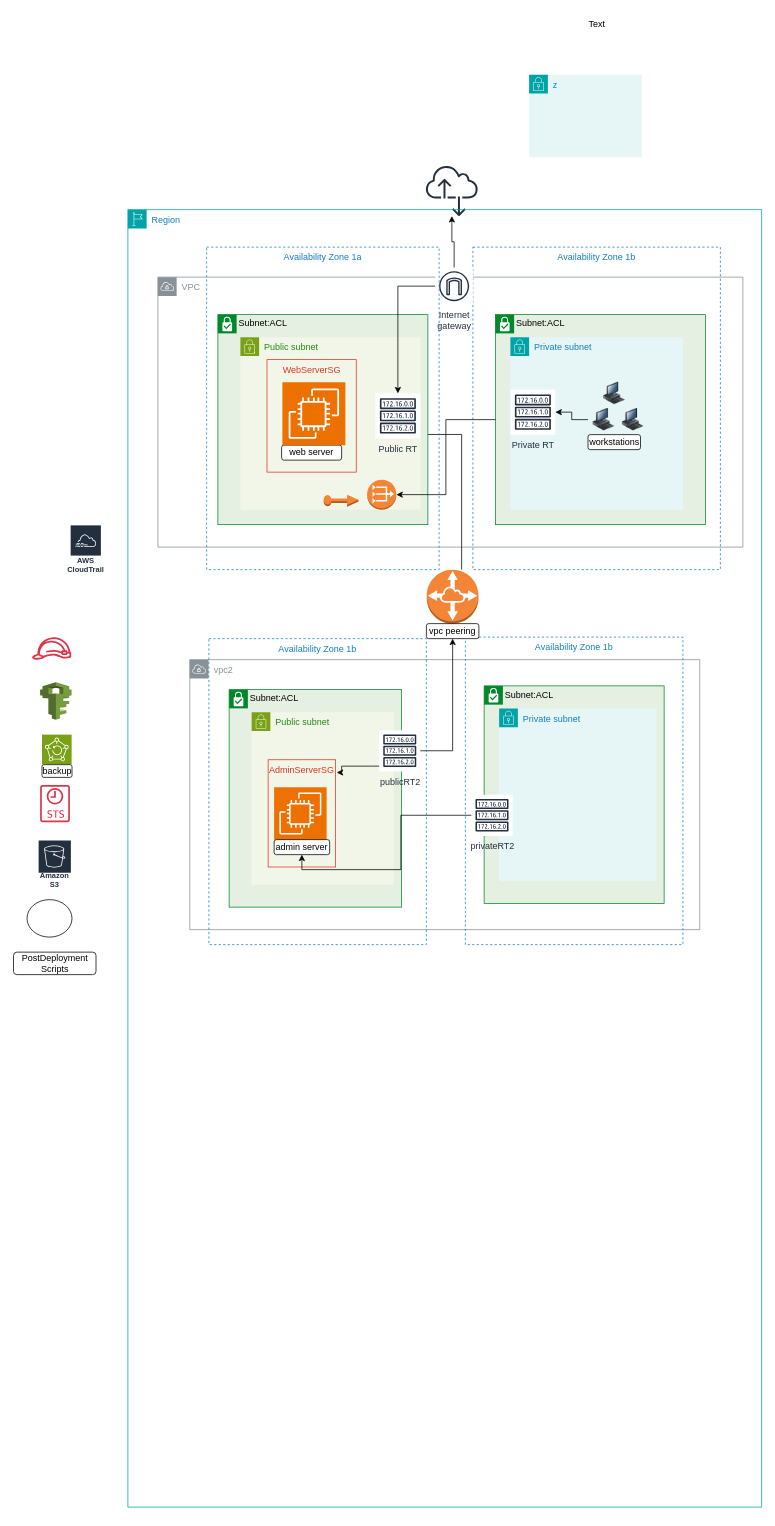
Earlier version of the draw.io diagram 10_Final_Project/diagram_v1.0/FinalProject-v1.0.drawio (techgrounds/techgrounds-FvL69-1). Source tidied: cells renumbered, new cells numbered last; positions are measured from the earlier drawing's top-left corner, leaving out a move shared by most shapes. Both pictures are drawn from the tidied source at 75%, with x=0, y=0 at pixel (13, 13).
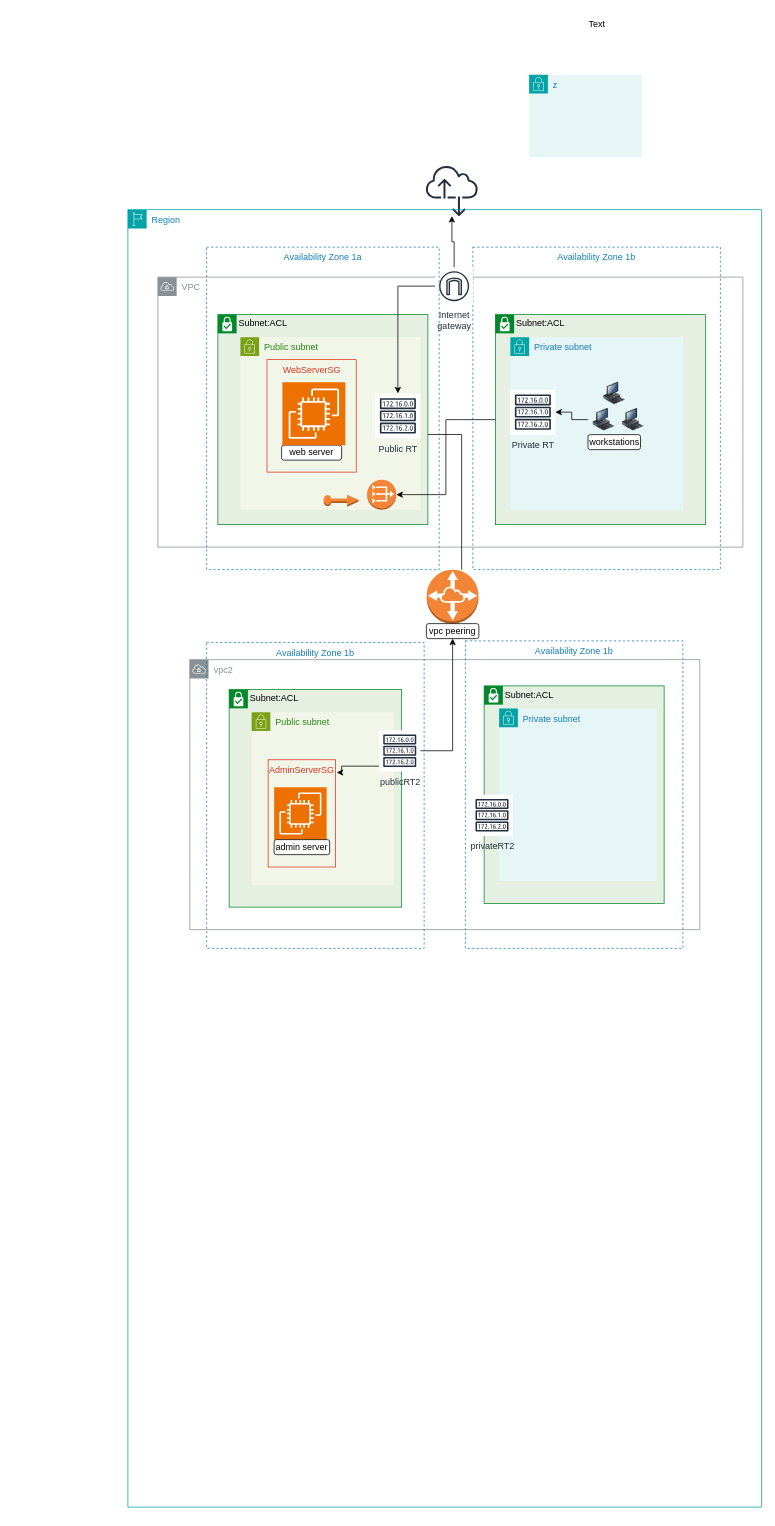
The same diagram, later.

Unchanged cells that the change refers to:
```xml
<mxCell id="14" value="Region" style="points=[[0,0],[0.25,0],[0.5,0],[0.75,0],[1,0],[1,0.25],[1,0.5],[1,0.75],[1,1],[0.75,1],[0.5,1],[0.25,1],[0,1],[0,0.75],[0,0.5],[0,0.25]];outlineConnect=0;gradientColor=none;html=1;whiteSpace=wrap;fontSize=12;fontStyle=0;shape=mxgraph.aws4.group;grIcon=mxgraph.aws4.group_region;strokeColor=#00A4A6;fillColor=none;verticalAlign=top;align=left;spacingLeft=30;fontColor=#147EBA;" parent="1" vertex="1">
  <mxGeometry x="153" y="262" width="845" height="1730" as="geometry" />
</mxCell>
<mxCell id="21" value="admin server" style="rounded=1;whiteSpace=wrap;html=1;" parent="17" vertex="1">
  <mxGeometry x="60" y="200" width="74" height="20" as="geometry" />
</mxCell>
<mxCell id="26" value="privateRT2" style="sketch=0;outlineConnect=0;fontColor=#232F3E;gradientColor=none;strokeColor=#232F3E;fillColor=#ffffff;dashed=0;verticalLabelPosition=bottom;verticalAlign=top;align=center;html=1;fontSize=12;fontStyle=0;shape=mxgraph.aws4.resourceIcon;resIcon=mxgraph.aws4.route_table;" parent="24" vertex="1">
  <mxGeometry x="-17" y="145" width="55" height="55" as="geometry" />
</mxCell>
```

What changed in the source:
```diff
@@
-    <mxCell id="2" value="Amazon S3" style="sketch=0;fontColor=#232F3E;gradientColor=none;strokeColor=#ffffff;fillColor=#232F3E;dashed=0;verticalLabelPosition=middle;verticalAlign=bottom;align=center;html=1;whiteSpace=wrap;fontSize=10;fontStyle=1;spacing=3;shape=mxgraph.aws4.productIcon;prIcon=mxgraph.aws4.s3;" parent="1" vertex="1">
-      <mxGeometry x="33" y="1102" width="45" height="70" as="geometry" />
-    </mxCell>
-    <mxCell id="3" style="dashed=0;verticalLabelPosition=bottom;verticalAlign=top;align=center;html=1;shape=mxgraph.aws3.iam;fillColor=#759C3E;gradientColor=none;" parent="1" vertex="1">
-      <mxGeometry x="36" y="892" width="42" height="50" as="geometry" />
-    </mxCell>
-    <mxCell id="4" style="sketch=0;fontColor=#232F3E;gradientColor=none;fillColor=#DD344C;strokeColor=none;dashed=0;verticalLabelPosition=bottom;verticalAlign=top;align=center;html=1;fontSize=12;fontStyle=0;shape=mxgraph.aws4.sts_alternate;" parent="1" vertex="1">
-      <mxGeometry x="36" y="1029" width="39.7" height="50" as="geometry" />
-    </mxCell>
-    <mxCell id="5" style="sketch=0;fontColor=#232F3E;gradientColor=none;fillColor=#DD344C;strokeColor=none;dashed=0;verticalLabelPosition=bottom;verticalAlign=top;align=center;html=1;fontSize=12;fontStyle=0;shape=mxgraph.aws4.role;" parent="1" vertex="1">
-      <mxGeometry x="24.8" y="832" width="53.2" height="30" as="geometry" />
-    </mxCell>
@@
-    <mxCell id="7" style="sketch=0;fontColor=#232F3E;fillColor=#7AA116;strokeColor=#ffffff;dashed=0;verticalLabelPosition=bottom;verticalAlign=top;align=center;html=1;fontSize=12;fontStyle=0;shape=mxgraph.aws4.resourceIcon;resIcon=mxgraph.aws4.backup;" parent="1" vertex="1">
-      <mxGeometry x="38.5" y="962" width="39.5" height="39.5" as="geometry" />
-    </mxCell>
-    <mxCell id="8" value="backup" style="rounded=1;whiteSpace=wrap;html=1;" parent="1" vertex="1">
-      <mxGeometry x="38.5" y="1002" width="40" height="17" as="geometry" />
-    </mxCell>
-    <mxCell id="9" style="ellipse;whiteSpace=wrap;html=1;" parent="1" vertex="1">
-      <mxGeometry x="18.5" y="1182" width="60" height="50" as="geometry" />
-    </mxCell>
-    <mxCell id="10" value="&lt;div&gt;PostDeployment&lt;/div&gt;&lt;div&gt;Scripts&lt;br&gt;&lt;/div&gt;" style="rounded=1;whiteSpace=wrap;html=1;" parent="1" vertex="1">
-      <mxGeometry x="0.5" y="1252" width="110" height="30" as="geometry" />
-    </mxCell>
-    <mxCell id="11" value="AWS&#10;CloudTrail" style="sketch=0;fontColor=#232F3E;gradientColor=none;strokeColor=#ffffff;fillColor=#232F3E;dashed=0;verticalLabelPosition=middle;verticalAlign=bottom;align=center;html=1;whiteSpace=wrap;fontSize=10;fontStyle=1;spacing=3;shape=mxgraph.aws4.productIcon;prIcon=mxgraph.aws4.cloudtrail;" parent="1" vertex="1">
-      <mxGeometry x="75.7" y="682" width="42.3" height="70" as="geometry" />
-    </mxCell>
@@
     <mxCell id="16" value="Availability Zone 1b" style="fillColor=none;strokeColor=#147EBA;dashed=1;verticalAlign=top;fontStyle=0;fontColor=#147EBA;whiteSpace=wrap;html=1;" parent="14" vertex="1">
-      <mxGeometry x="450" y="570" width="290" height="410" as="geometry" />
+      <mxGeometry x="450" y="575" width="290" height="410" as="geometry" />
     </mxCell>
@@
-    <mxCell id="53" style="edgeStyle=orthogonalEdgeStyle;rounded=0;jettySize=auto;html=1;entryX=0.5;entryY=1;entryDx=0;entryDy=0;" parent="14" edge="1" source="26" target="21">
-      <mxGeometry relative="1" as="geometry">
-        <Array as="points">
-          <mxPoint x="364" y="808" />
-          <mxPoint x="364" y="880" />
-          <mxPoint x="232" y="880" />
-        </Array>
-      </mxGeometry>
-    </mxCell>
@@
     <mxCell id="55" value="Availability Zone 1b" style="fillColor=none;strokeColor=#147EBA;dashed=1;verticalAlign=top;fontStyle=0;fontColor=#147EBA;whiteSpace=wrap;html=1;" parent="14" vertex="1">
-      <mxGeometry x="108" y="572" width="290" height="408" as="geometry" />
+      <mxGeometry x="105" y="577" width="290" height="408" as="geometry" />
     </mxCell>
```
